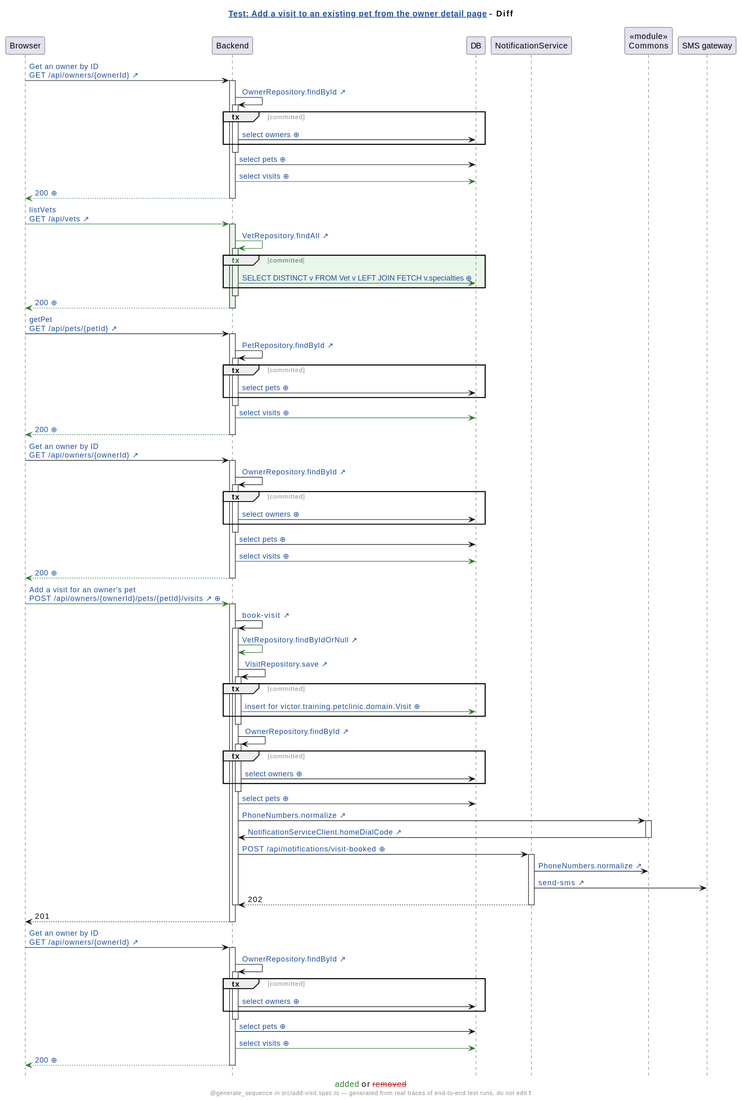
victorrentea/human-review keeps this PlantUML diagram as demo/demo/assets/diagrams/petclinic-test_generated_add-visit.spec.ts.add-a-visit-to-an-existing-pet-from-the-owner-detail-page.genseq.diff.svg. Above is the earlier version.
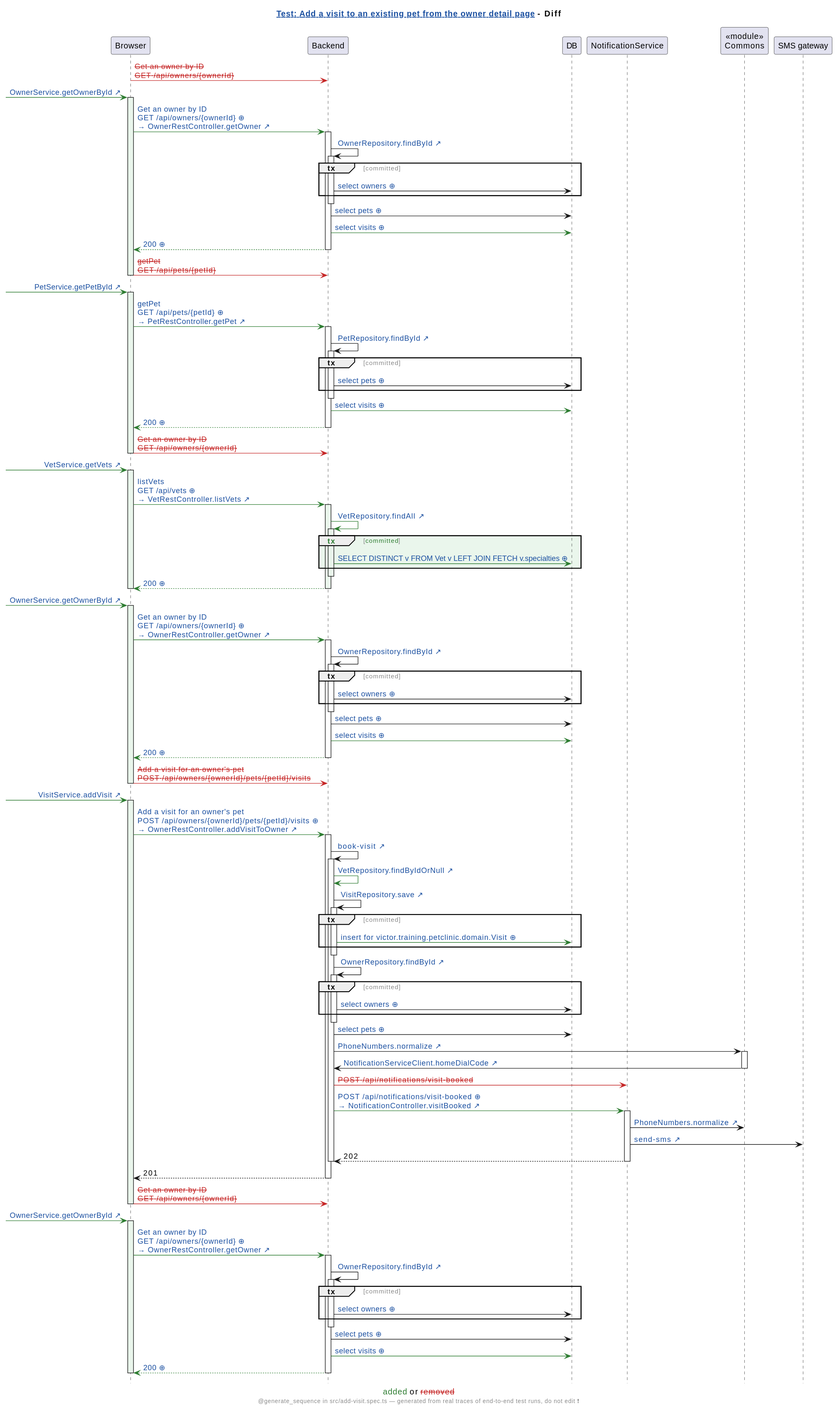
Above is the later version.

Diff of the diagram source:
```diff
@@ -13,7 +13,10 @@
 participant NotificationService
 participant "«module»\nCommons" as Commons
 participant "SMS gateway"
-Browser -> Backend: [[src://petclinic-frontend/src/app/owners/owner-detail/owner-detail.component.ts:22{Click to open the line that sent this request: owner-detail.component.ts:22} Get an owner by ID\nGET /api/owners/{ownerId} ↗]]
+Browser -[#C62828]> Backend: <color:#C62828><s>Get an owner by ID</s></color>\n<color:#C62828><s>GET /api/owners/{ownerId}</s></color>
+[-[#2E7D32]> Browser: [[src://petclinic-frontend/src/app/owners/owner-detail/owner-detail.component.ts:22{Click to open the line that sent this request: owner-detail.component.ts:22} OwnerService.getOwnerById ↗]]
+activate Browser #EAF6EC
+Browser -[#2E7D32]> Backend: [[genseq://18jo62a{Click for the request as it was sent} Get an owner by ID\nGET /api/owners/{ownerId} ⊕]]\n[[src://petclinic-backend/src/main/java/victor/training/petclinic/rest/OwnerRestController.java:113{Click to open OwnerRestController.getOwner} → OwnerRestController.getOwner ↗]]
 activate Backend
 Backend -> Backend: [[src://petclinic-backend/src/main/java/victor/training/petclinic/repository/OwnerRepository.java:14{Click to open OwnerRepository.findById} OwnerRepository.findById ↗]]
 activate Backend
@@ -25,17 +28,11 @@
 Backend -[#2E7D32]> DB: [[genseq://1eq1h2q{Click for the statement behind this call} select visits ⊕]]
 Backend -[#2E7D32]-> Browser: [[genseq://1bhasc1{Click for this call’s JSON body} 200 ⊕]]
 deactivate Backend
-Browser -[#2E7D32]> Backend: [[src://petclinic-frontend/src/app/visits/visit-add/visit-add.component.ts:46{Click to open the line that sent this request: visit-add.component.ts:46} listVets\nGET /api/vets ↗]]
-activate Backend #EAF6EC
-Backend -[#2E7D32]> Backend: [[src://petclinic-backend/src/main/java/victor/training/petclinic/repository/VetRepository.java:13{Click to open VetRepository.findAll} VetRepository.findAll ↗]]
-activate Backend #EAF6EC
-group #EAF6EC <color:#2E7D32>tx</color> [<color:#2E7D32>committed</color>]
-Backend -[#2E7D32]> DB: [[genseq://0p6yxbc{Click for the statement behind this call} SELECT DISTINCT v FROM Vet v LEFT JOIN FETCH v.specialties ⊕]]
-end
-deactivate Backend
-Backend -[#2E7D32]-> Browser: [[genseq://1nmg2oo{Click for this call’s JSON body} 200 ⊕]]
-deactivate Backend
-Browser -> Backend: [[src://petclinic-frontend/src/app/visits/visit-add/visit-add.component.ts:48{Click to open the line that sent this request: visit-add.component.ts:48} getPet\nGET /api/pets/{petId} ↗]]
+Browser -[#C62828]> Backend: <color:#C62828><s>getPet</s></color>\n<color:#C62828><s>GET /api/pets/{petId}</s></color>
+deactivate Browser
+[-[#2E7D32]> Browser: [[src://petclinic-frontend/src/app/visits/visit-add/visit-add.component.ts:48{Click to open the line that sent this request: visit-add.component.ts:48} PetService.getPetById ↗]]
+activate Browser #EAF6EC
+Browser -[#2E7D32]> Backend: [[genseq://05e03mm{Click for the request as it was sent} getPet\nGET /api/pets/{petId} ⊕]]\n[[src://petclinic-backend/src/main/java/victor/training/petclinic/rest/PetRestController.java:33{Click to open PetRestController.getPet} → PetRestController.getPet ↗]]
 activate Backend
 Backend -> Backend: [[src://petclinic-backend/src/main/java/victor/training/petclinic/repository/PetRepository.java:16{Click to open PetRepository.findById} PetRepository.findById ↗]]
 activate Backend
@@ -46,7 +43,24 @@
 Backend -[#2E7D32]> DB: [[genseq://1eq1h2q{Click for the statement behind this call} select visits ⊕]]
 Backend -[#2E7D32]-> Browser: [[genseq://0n1gsl8{Click for this call’s JSON body} 200 ⊕]]
 deactivate Backend
-Browser -> Backend: [[src://petclinic-frontend/src/app/visits/visit-add/visit-add.component.ts:53{Click to open the line that sent this request: visit-add.component.ts:53} Get an owner by ID\nGET /api/owners/{ownerId} ↗]]
+Browser -[#C62828]> Backend: <color:#C62828><s>Get an owner by ID</s></color>\n<color:#C62828><s>GET /api/owners/{ownerId}</s></color>
+deactivate Browser
+[-[#2E7D32]> Browser: [[src://petclinic-frontend/src/app/visits/visit-add/visit-add.component.ts:46{Click to open the line that sent this request: visit-add.component.ts:46} VetService.getVets ↗]]
+activate Browser #EAF6EC
+Browser -[#2E7D32]> Backend: [[genseq://18kpp45{Click for the request as it was sent} listVets\nGET /api/vets ⊕]]\n[[src://petclinic-backend/src/main/java/victor/training/petclinic/rest/VetRestController.java:53{Click to open VetRestController.listVets} → VetRestController.listVets ↗]]
+activate Backend #EAF6EC
+Backend -[#2E7D32]> Backend: [[src://petclinic-backend/src/main/java/victor/training/petclinic/repository/VetRepository.java:13{Click to open VetRepository.findAll} VetRepository.findAll ↗]]
+activate Backend #EAF6EC
+group #EAF6EC <color:#2E7D32>tx</color> [<color:#2E7D32>committed</color>]
+Backend -[#2E7D32]> DB: [[genseq://0p6yxbc{Click for the statement behind this call} SELECT DISTINCT v FROM Vet v LEFT JOIN FETCH v.specialties ⊕]]
+end
+deactivate Backend
+Backend -[#2E7D32]-> Browser: [[genseq://1nmg2oo{Click for this call’s JSON body} 200 ⊕]]
+deactivate Backend
+deactivate Browser
+[-[#2E7D32]> Browser: [[src://petclinic-frontend/src/app/visits/visit-add/visit-add.component.ts:53{Click to open the line that sent this request: visit-add.component.ts:53} OwnerService.getOwnerById ↗]]
+activate Browser #EAF6EC
+Browser -[#2E7D32]> Backend: [[genseq://18jo62a{Click for the request as it was sent} Get an owner by ID\nGET /api/owners/{ownerId} ⊕]]\n[[src://petclinic-backend/src/main/java/victor/training/petclinic/rest/OwnerRestController.java:113{Click to open OwnerRestController.getOwner} → OwnerRestController.getOwner ↗]]
 activate Backend
 Backend -> Backend: [[src://petclinic-backend/src/main/java/victor/training/petclinic/repository/OwnerRepository.java:14{Click to open OwnerRepository.findById} OwnerRepository.findById ↗]]
 activate Backend
@@ -58,7 +72,11 @@
 Backend -[#2E7D32]> DB: [[genseq://1eq1h2q{Click for the statement behind this call} select visits ⊕]]
 Backend -[#2E7D32]-> Browser: [[genseq://1bhasc1{Click for this call’s JSON body} 200 ⊕]]
 deactivate Backend
-Browser -[#2E7D32]> Backend: [[src://petclinic-frontend/src/app/visits/visit-add/visit-add.component.ts:69{Click to open the line that sent this request: visit-add.component.ts:69 ← visit-add.component.html:25} Add a visit for an owner's pet\nPOST /api/owners/{ownerId}/pets/{petId}/visits ↗]] [[genseq://1vizg25{Click for this call’s JSON body} ⊕]]
+Browser -[#C62828]> Backend: <color:#C62828><s>Add a visit for an owner's pet</s></color>\n<color:#C62828><s>POST /api/owners/{ownerId}/pets/{petId}/visits</s></color>
+deactivate Browser
+[-[#2E7D32]> Browser: [[src://petclinic-frontend/src/app/visits/visit-add/visit-add.component.ts:69{Click to open the line that sent this request: visit-add.component.ts:69 ← visit-add.component.html:25} VisitService.addVisit ↗]]
+activate Browser #EAF6EC
+Browser -[#2E7D32]> Backend: [[genseq://0jfza5n{Click for the request as it was sent} Add a visit for an owner's pet\nPOST /api/owners/{ownerId}/pets/{petId}/visits ⊕]]\n[[src://petclinic-backend/src/main/java/victor/training/petclinic/rest/OwnerRestController.java:177{Click to open OwnerRestController.addVisitToOwner} → OwnerRestController.addVisitToOwner ↗]]
 activate Backend
 Backend -> Backend: [[src://petclinic-backend/src/main/java/victor/training/petclinic/rest/OwnerRestController.java:193{Click to open OwnerRestController.bookVisit} book-visit ↗]]
 activate Backend
@@ -66,7 +84,7 @@
 Backend -> Backend: [[src://petclinic-backend/src/main/java/victor/training/petclinic/repository/VisitRepository.java:14{Click to open VisitRepository.save} VisitRepository.save ↗]]
 activate Backend
 group tx [committed]
-Backend -[#2E7D32]> DB: [[genseq://1rehuia{Click for the statement behind this call} insert for victor.training.petclinic.domain.Visit ⊕]]
+Backend -[#2E7D32]> DB: [[genseq://14g6ded{Click for the statement behind this call} insert for victor.training.petclinic.domain.Visit ⊕]]
 end
 deactivate Backend
 Backend -> Backend: [[src://petclinic-backend/src/main/java/victor/training/petclinic/repository/OwnerRepository.java:14{Click to open OwnerRepository.findById} OwnerRepository.findById ↗]]
@@ -80,7 +98,8 @@
 activate Commons
 Commons -> Backend: [[src://petclinic-backend/src/main/java/victor/training/petclinic/notification/NotificationServiceClient.java:45{Click to open NotificationServiceClient.homeDialCode} NotificationServiceClient.homeDialCode ↗]]
 deactivate Commons
-Backend -> NotificationService: [[genseq://1p4ogm5{Click for this call’s JSON body} POST /api/notifications/visit-booked ⊕]]
+Backend -[#C62828]> NotificationService: <color:#C62828><s>POST /api/notifications/visit-booked</s></color>
+Backend -[#2E7D32]> NotificationService: [[genseq://00gfug0{Click for the request as it was sent} POST /api/notifications/visit-booked ⊕]]\n[[src://notification-service/src/main/java/victor/training/notification/NotificationController.java:21{Click to open NotificationController.visitBooked} → NotificationController.visitBooked ↗]]
 activate NotificationService
 NotificationService -> Commons: [[src://petclinic-commons/src/main/java/victor/training/commons/PhoneNumbers.java:8{Click to open PhoneNumbers.normalize} PhoneNumbers.normalize ↗]]
 NotificationService -> "SMS gateway": [[src://notification-service/src/main/java/victor/training/notification/SmsGateway.java:23{Click to open SmsGateway.send} send-sms ↗]]
@@ -89,7 +108,11 @@
 deactivate Backend
 Backend --> Browser: 201
 deactivate Backend
-Browser -> Backend: [[src://petclinic-frontend/src/app/owners/owner-detail/owner-detail.component.ts:22{Click to open the line that sent this request: owner-detail.component.ts:22} Get an owner by ID\nGET /api/owners/{ownerId} ↗]]
+Browser -[#C62828]> Backend: <color:#C62828><s>Get an owner by ID</s></color>\n<color:#C62828><s>GET /api/owners/{ownerId}</s></color>
+deactivate Browser
+[-[#2E7D32]> Browser: [[src://petclinic-frontend/src/app/owners/owner-detail/owner-detail.component.ts:22{Click to open the line that sent this request: owner-detail.component.ts:22} OwnerService.getOwnerById ↗]]
+activate Browser #EAF6EC
+Browser -[#2E7D32]> Backend: [[genseq://18jo62a{Click for the request as it was sent} Get an owner by ID\nGET /api/owners/{ownerId} ⊕]]\n[[src://petclinic-backend/src/main/java/victor/training/petclinic/rest/OwnerRestController.java:113{Click to open OwnerRestController.getOwner} → OwnerRestController.getOwner ↗]]
 activate Backend
 Backend -> Backend: [[src://petclinic-backend/src/main/java/victor/training/petclinic/repository/OwnerRepository.java:14{Click to open OwnerRepository.findById} OwnerRepository.findById ↗]]
 activate Backend
@@ -99,6 +122,7 @@
 deactivate Backend
 Backend -> DB: [[genseq://18567ho{Click for the statement behind this call} select pets ⊕]]
 Backend -[#2E7D32]> DB: [[genseq://1eq1h2q{Click for the statement behind this call} select visits ⊕]]
-Backend -[#2E7D32]-> Browser: [[genseq://0jnnn6p{Click for this call’s JSON body} 200 ⊕]]
+Backend -[#2E7D32]-> Browser: [[genseq://11tdoe4{Click for this call’s JSON body} 200 ⊕]]
 deactivate Backend
+deactivate Browser
 @enduml
```
